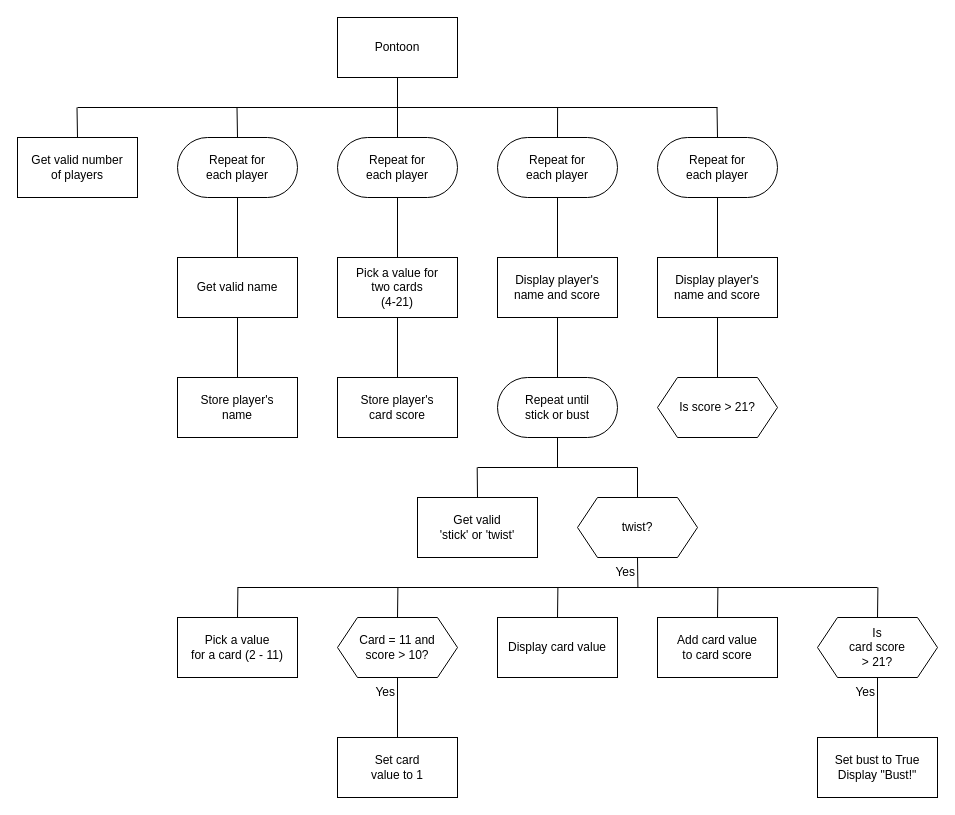
Before: n5/sdd/N5-SDD-Pontoon/assets/N5-SDD-Pontoon.drawio in MrFriendCS/MrFriendCS.github.io, a draw.io diagram. Source tidied: cells renumbered, new cells numbered last; positions are measured from the earlier drawing's top-left corner, leaving out a move shared by most shapes. Both pictures are drawn from the tidied source at 100%, with x=0, y=0 at pixel (17, 17).
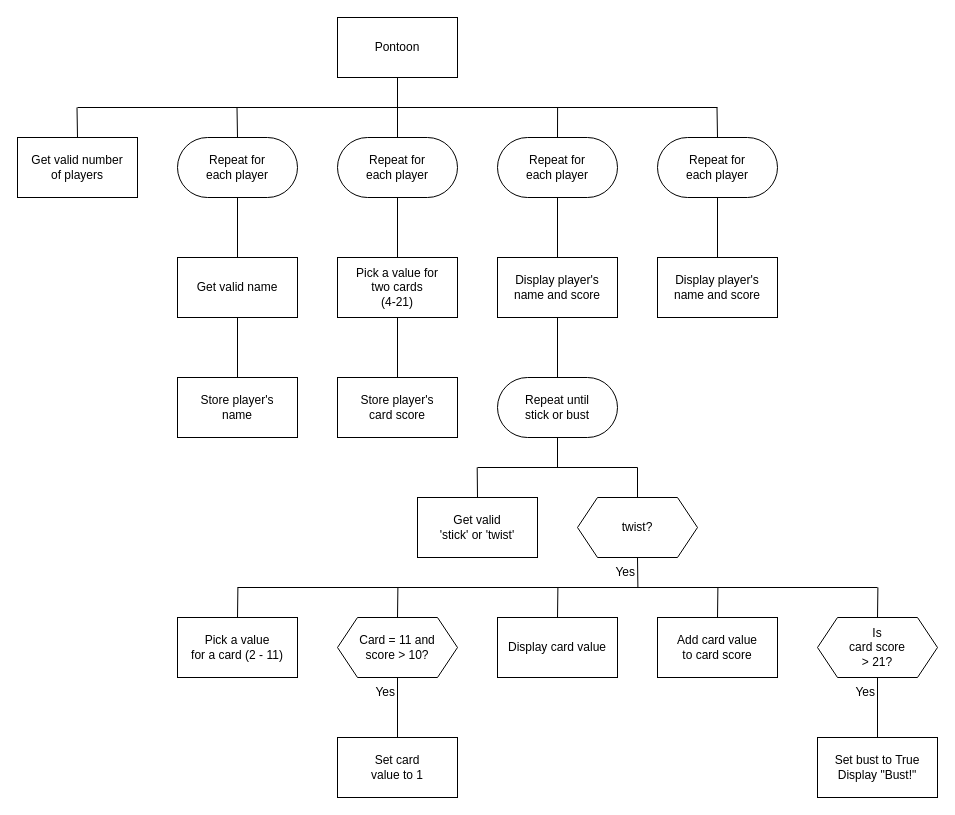
The same page after the edit.

Unchanged cells that the change refers to:
```xml
<mxCell id="45" value="Display player's&lt;br&gt;name and score" style="rounded=0;whiteSpace=wrap;html=1;" parent="1" vertex="1">
  <mxGeometry x="640" y="240" width="120" height="60" as="geometry" />
</mxCell>
```

Change to the diagram source:
```diff
@@
-    <mxCell id="44" style="edgeStyle=none;shape=connector;rounded=0;jettySize=auto;html=1;exitX=0.5;exitY=1;exitDx=0;exitDy=0;entryX=0.5;entryY=0;entryDx=0;entryDy=0;labelBackgroundColor=default;strokeColor=default;fontFamily=Helvetica;fontSize=11;fontColor=default;endArrow=none;endFill=0;" parent="1" edge="1" source="45" target="46">
-      <mxGeometry relative="1" as="geometry" />
-    </mxCell>
@@
-    <mxCell id="46" value="Is score &amp;gt; 21?" style="shape=hexagon;perimeter=hexagonPerimeter2;whiteSpace=wrap;html=1;fixedSize=1;" parent="1" vertex="1">
-      <mxGeometry x="640" y="360" width="120" height="60" as="geometry" />
-    </mxCell>
```
